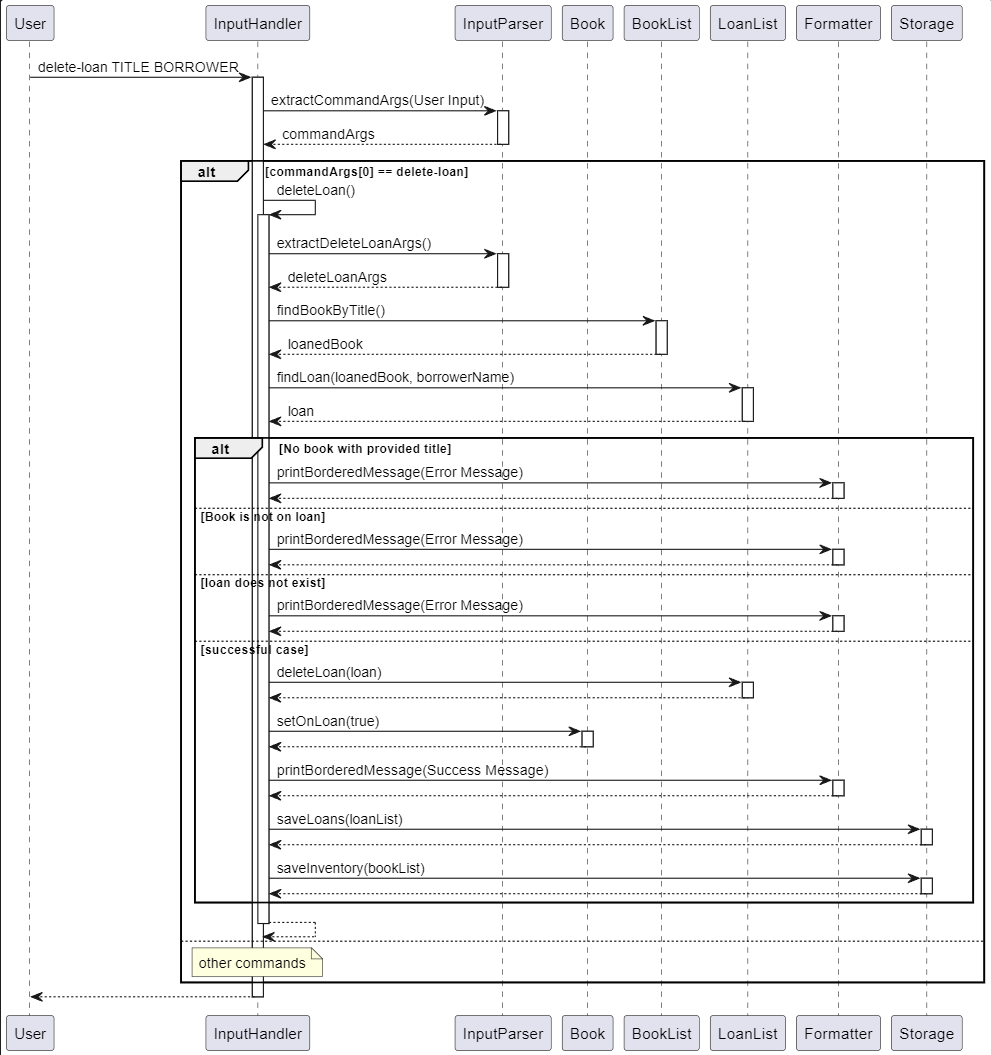
Earlier version of the PlantUML export docs/images/deleteLoan.png (AY2425S2-CS2113-T12-2/tp). Its source is kept beside it as docs/diagrams/deleteLoan.puml. Its diagram source:
```plantuml
@startuml
autoactivate on
participant User
participant InputHandler
participant InputParser
participant Book
participant BookList
participant LoanList
participant Formatter
participant Storage
User -> InputHandler : delete-loan TITLE BORROWER
    InputHandler -> InputParser : extractCommandArgs(User Input)
    return commandArgs
alt commandArgs[0] == delete-loan
    InputHandler -> InputHandler : deleteLoan()
    InputHandler -> InputParser : extractDeleteLoanArgs()
    return deleteLoanArgs
    InputHandler -> BookList : findBookByTitle()
    return loanedBook
    InputHandler -> LoanList : findLoan(loanedBook, borrowerName)
    return loan

    alt No book with provided title
        InputHandler -> Formatter : printBorderedMessage(Error Message)
        return
    else Book is not on loan
        InputHandler -> Formatter : printBorderedMessage(Error Message)
        return
    else loan does not exist
        InputHandler -> Formatter : printBorderedMessage(Error Message)
        return
    else successful case
        InputHandler -> LoanList : deleteLoan(loan)
        return
        InputHandler -> Book : setOnLoan(true)
        return
        InputHandler -> Formatter : printBorderedMessage(Success Message)
        return
        InputHandler -> Storage : saveLoans(loanList)
        return
        InputHandler -> Storage : saveInventory(bookList)
        return
    end
    return

else
    note over InputHandler : other commands
end
return
@enduml
```
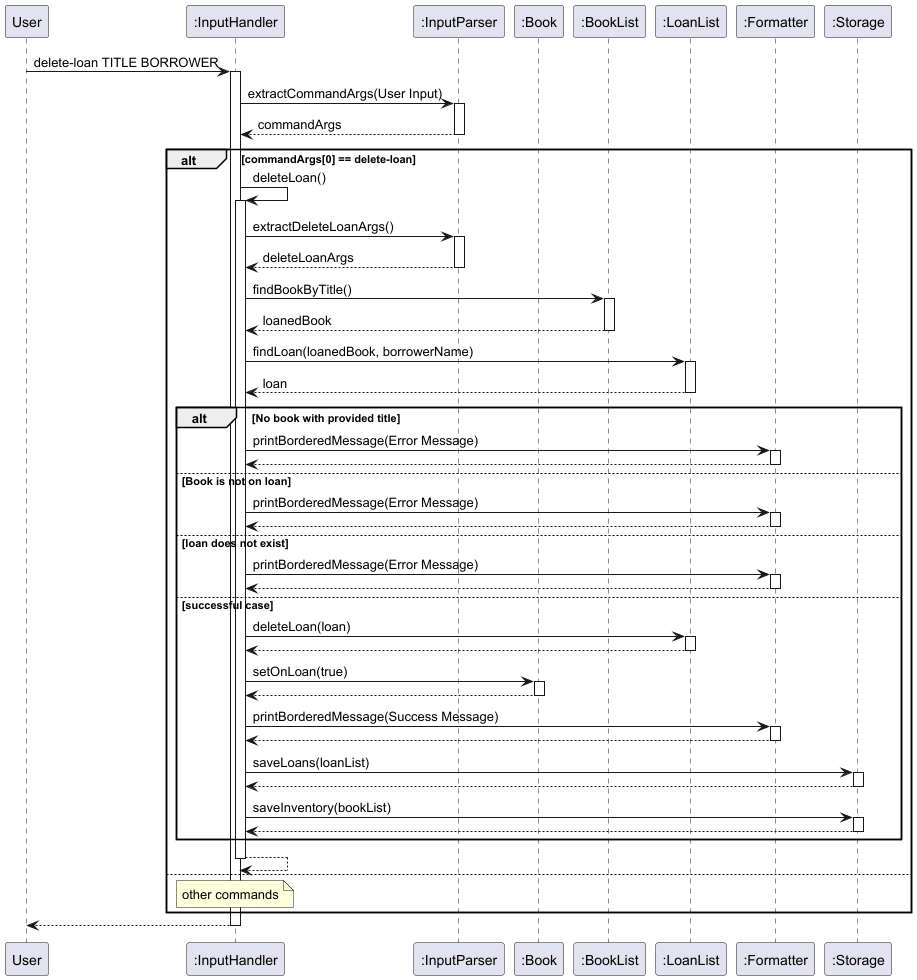
The same diagram one commit later.

What changed in the source:
```diff
@@ -1,13 +1,13 @@
 @startuml
 autoactivate on
 participant User
-participant InputHandler
-participant InputParser
-participant Book
-participant BookList
-participant LoanList
-participant Formatter
-participant Storage
+participant InputHandler as ":InputHandler"
+participant InputParser as ":InputParser"
+participant Book as ":Book"
+participant BookList as ":BookList"
+participant LoanList as ":LoanList"
+participant Formatter as ":Formatter"
+participant Storage as ":Storage"
 User -> InputHandler : delete-loan TITLE BORROWER
     InputHandler -> InputParser : extractCommandArgs(User Input)
     return commandArgs
```
